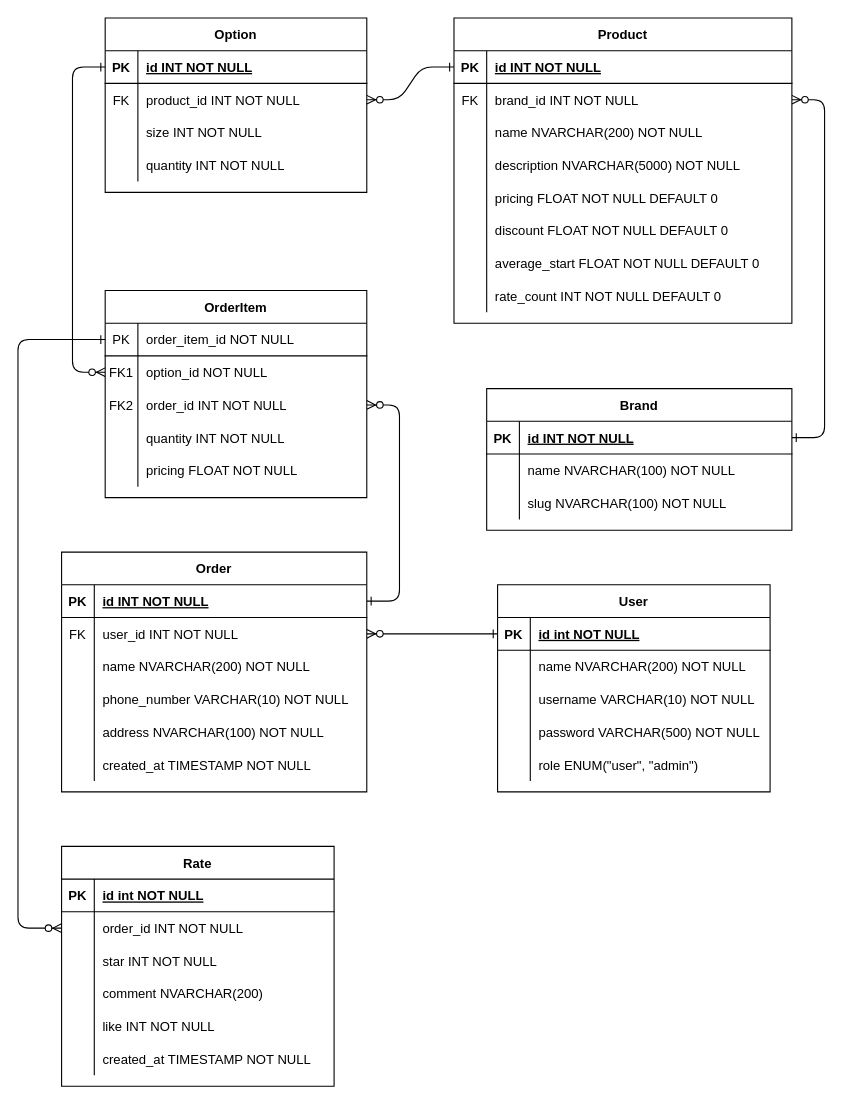
Above: db.drawio in quynm-dev/project-web (draw.io), before the change. Source tidied: cells renumbered, new cells numbered last; positions are measured from the earlier drawing's top-left corner, leaving out a move shared by most shapes. Both pictures are drawn from the tidied source at 109%, with x=0, y=0 at pixel (17, 17).
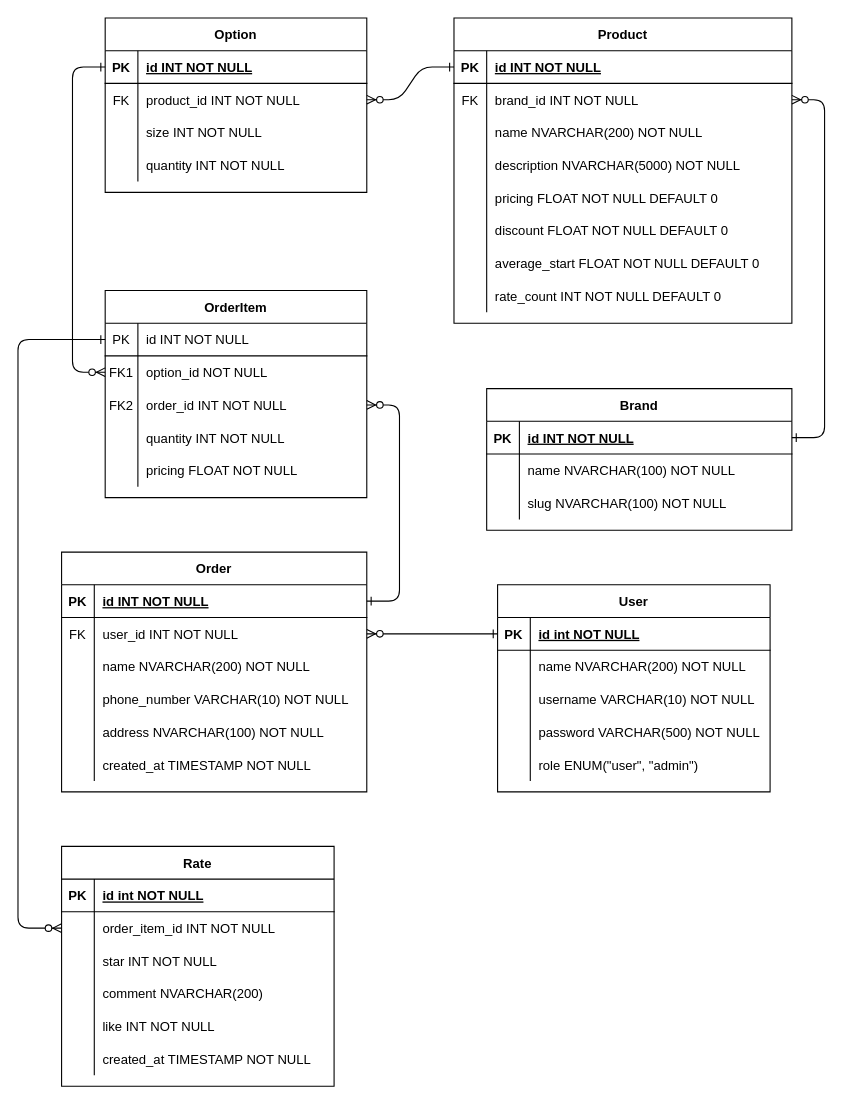
Above is the later version.

The change refers to these unchanged cells:
```xml
<mxCell id="69" style="shape=partialRectangle;fillColor=none;points=[[0,0.5],[1,0.5]];portConstraint=eastwest;top=0;left=0;right=0;bottom=1;" parent="68" vertex="1">
  <mxGeometry y="30" width="240" height="30" as="geometry" />
</mxCell>
<mxCell id="110" style="shape=partialRectangle;fillColor=none;points=[[0,0.5],[1,0.5]];portConstraint=eastwest;top=0;left=0;right=0;bottom=0;" parent="106" vertex="1">
  <mxGeometry y="60" width="250" height="30" as="geometry" />
</mxCell>
```

Change to the diagram source:
```diff
@@
-    <mxCell id="71" value="order_item_id NOT NULL" style="shape=partialRectangle;overflow=hidden;fillColor=none;top=0;left=0;bottom=0;right=0;align=left;spacingLeft=6;" parent="69" vertex="1">
+    <mxCell id="71" value="id INT NOT NULL" style="shape=partialRectangle;overflow=hidden;fillColor=none;top=0;left=0;bottom=0;right=0;align=left;spacingLeft=6;" parent="69" vertex="1">
       <mxGeometry x="30" width="210" height="30" as="geometry" />
     </mxCell>
@@
-    <mxCell id="112" value="order_id INT NOT NULL" style="shape=partialRectangle;overflow=hidden;fillColor=none;top=0;left=0;bottom=0;right=0;align=left;spacingLeft=6;" parent="110" vertex="1">
+    <mxCell id="112" value="order_item_id INT NOT NULL" style="shape=partialRectangle;overflow=hidden;fillColor=none;top=0;left=0;bottom=0;right=0;align=left;spacingLeft=6;" parent="110" vertex="1">
       <mxGeometry x="30" width="220" height="30" as="geometry" />
     </mxCell>
```
